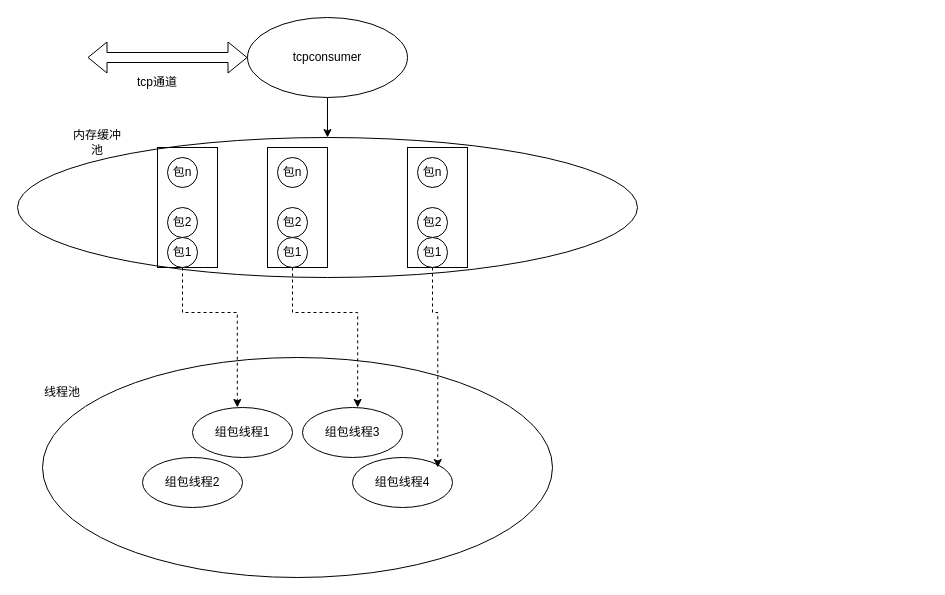
Above: page "第 1 页" (1 of 2) of 组包.drawio in VilaNan/tsxxx.github.io (draw.io), before the change. Source tidied: cells renumbered, new cells numbered last; positions are measured from the earlier drawing's top-left corner, leaving out a move shared by most shapes. Both pictures are drawn from the tidied source at 100%, with x=0, y=0 at pixel (17, 17).
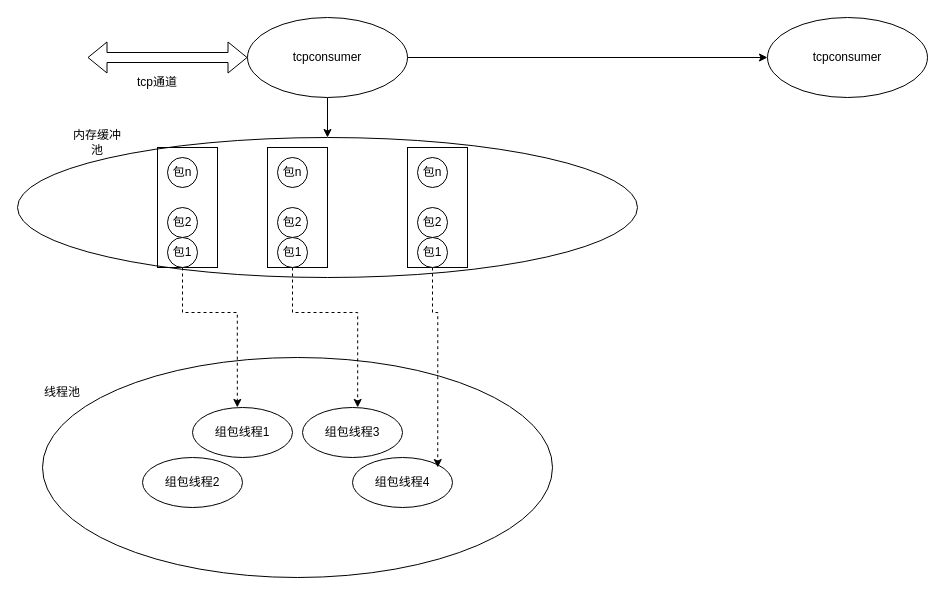
Above is the later version.

Unchanged cells that the change refers to:
```xml
<mxCell id="5" value="tcpconsumer" style="ellipse;whiteSpace=wrap;html=1;" parent="1" vertex="1">
  <mxGeometry x="230" width="160" height="80" as="geometry" />
</mxCell>
```

Diff of the diagram source:
```diff
@@
+    <mxCell id="29" style="edgeStyle=orthogonalEdgeStyle;rounded=0;jettySize=auto;html=1;" parent="1" edge="1" source="5" target="30">
+      <mxGeometry relative="1" as="geometry" />
+    </mxCell>
@@
+    <mxCell id="30" value="tcpconsumer" style="ellipse;whiteSpace=wrap;html=1;" parent="1" vertex="1">
+      <mxGeometry x="750" width="160" height="80" as="geometry" />
+    </mxCell>
```
